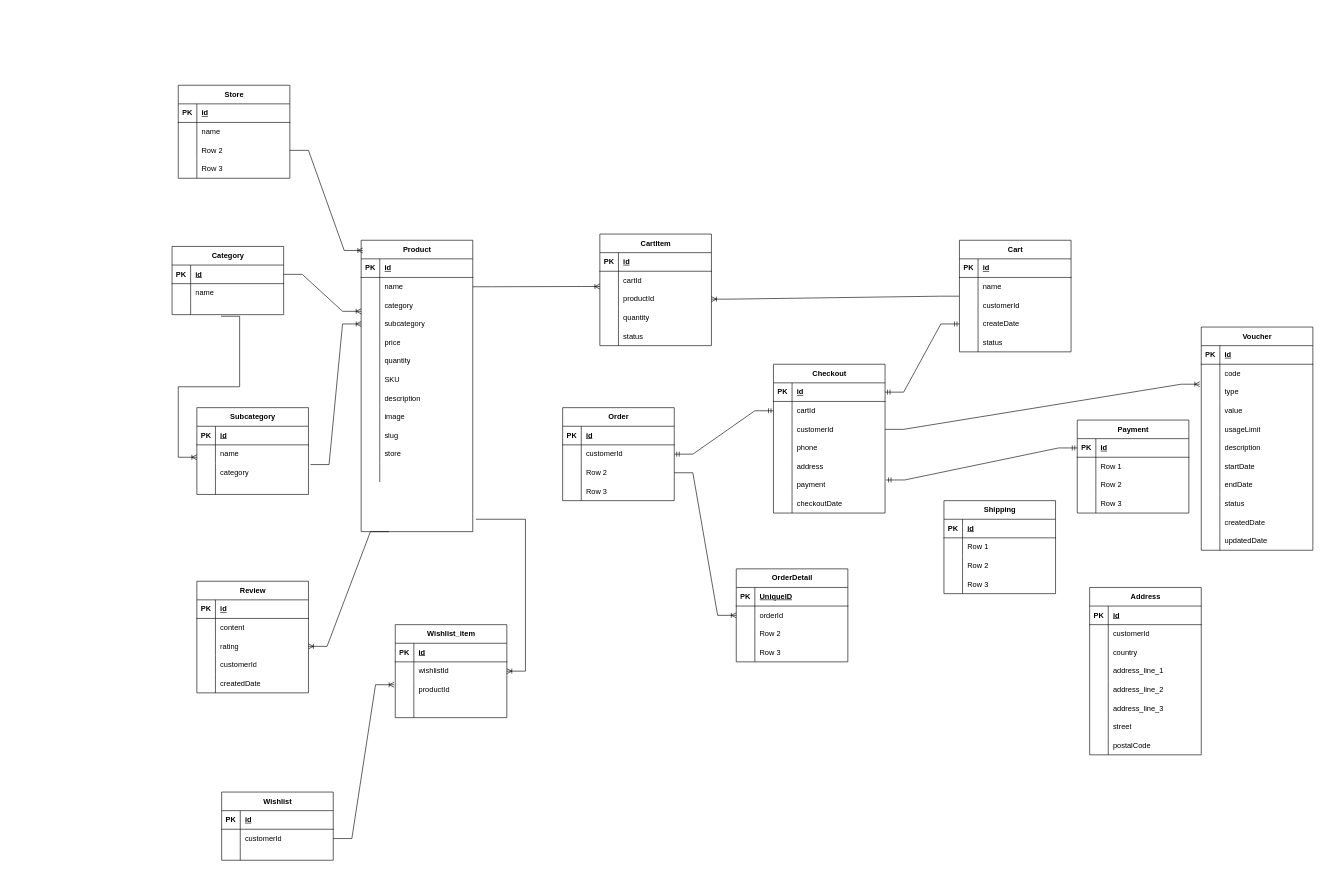
This is backend/app/Entity Diagram.drawio from pdcthanh112/MyDream, a draw.io file, before an edit. Source tidied: cells renumbered, new cells numbered last; positions are measured from the earlier drawing's top-left corner, leaving out a move shared by most shapes. Both pictures are drawn from the tidied source at 62%, with x=0, y=0 at pixel (-132, 85).
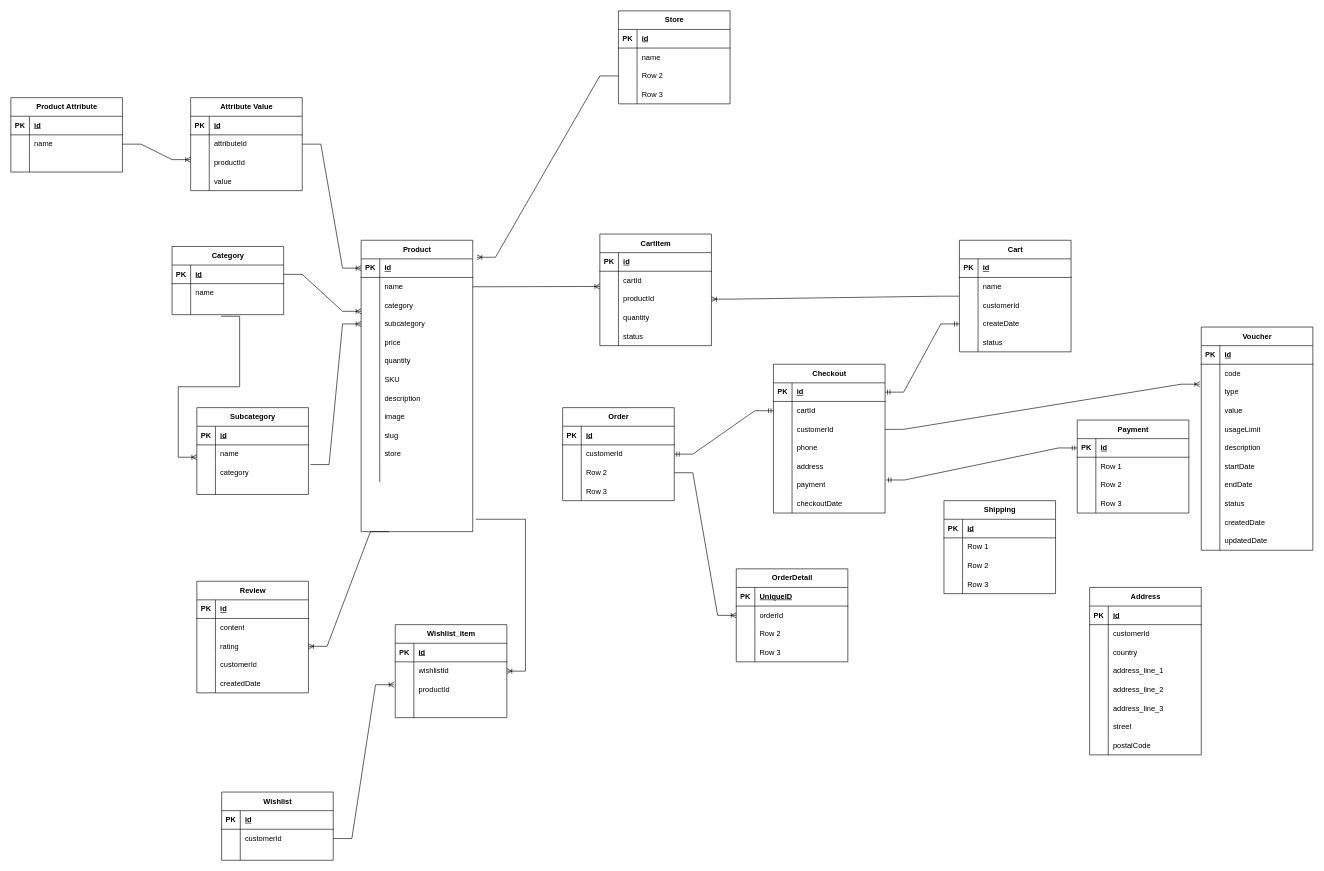
Above is the later version.

Commit message (it also covers changes not shown here):
separate the Attribute

The change refers to these unchanged cells:
```xml
<mxCell id="2" value="Product" style="shape=table;startSize=30;childLayout=tableLayout;rowLines=0;fontStyle=1;align=center;html=1;" parent="1" vertex="1">
  <mxGeometry x="795" y="250" width="180" height="470" as="geometry" />
</mxCell>
<mxCell id="3" style="shape=tableRow;horizontal=0;startSize=0;swimlaneHead=0;swimlaneBody=0;fillColor=none;points=[[0,0.5],[1,0.5]];portConstraint=eastwest;top=0;left=0;right=0;bottom=1;" parent="2" vertex="1">
  <mxGeometry y="30" width="180" height="30" as="geometry" />
</mxCell>
<mxCell id="233" style="shape=tableRow;horizontal=0;startSize=0;swimlaneHead=0;swimlaneBody=0;fillColor=none;points=[[0,0.5],[1,0.5]];portConstraint=eastwest;top=0;left=0;right=0;bottom=0;" parent="226" vertex="1">
  <mxGeometry y="90" width="180" height="30" as="geometry" />
</mxCell>
```

What changed in the source:
```diff
@@
     <mxCell id="226" value="Store" style="shape=table;startSize=30;childLayout=tableLayout;rowLines=0;fontStyle=1;align=center;html=1;" parent="1" vertex="1">
-      <mxGeometry x="500" width="180" height="150" as="geometry" />
+      <mxGeometry x="1210" y="-120" width="180" height="150" as="geometry" />
     </mxCell>
@@
-    <mxCell id="239" style="edgeStyle=entityRelationEdgeStyle;fontSize=12;html=1;endArrow=ERoneToMany;rounded=0;exitX=1;exitY=0.5;exitDx=0;exitDy=0;entryX=0.015;entryY=0.035;entryDx=0;entryDy=0;entryPerimeter=0;" parent="1" edge="1" source="233" target="2">
+    <mxCell id="239" style="edgeStyle=entityRelationEdgeStyle;fontSize=12;html=1;endArrow=ERoneToMany;rounded=0;exitX=0;exitY=0.5;exitDx=0;exitDy=0;entryX=1.037;entryY=-0.085;entryDx=0;entryDy=0;entryPerimeter=0;" parent="1" edge="1" source="233" target="3">
       <mxGeometry relative="1" as="geometry">
         <Array as="points">
           <mxPoint x="900" y="100" />
         </Array>
       </mxGeometry>
     </mxCell>
@@
+    <mxCell id="293" value="Product Attribute" style="shape=table;startSize=30;childLayout=tableLayout;rowLines=0;fontStyle=1;align=center;html=1;" parent="1" vertex="1">
+      <mxGeometry x="230" y="20" width="180" height="120" as="geometry" />
+    </mxCell>
+    <mxCell id="294" style="shape=tableRow;horizontal=0;startSize=0;swimlaneHead=0;swimlaneBody=0;fillColor=none;top=0;left=0;right=0;bottom=1;" parent="293" vertex="1">
+      <mxGeometry y="30" width="180" height="30" as="geometry" />
+    </mxCell>
+    <mxCell id="295" value="PK" style="shape=partialRectangle;fillColor=none;top=0;left=0;bottom=0;right=0;fontStyle=1;overflow=hidden;whiteSpace=wrap;html=1;" parent="294" vertex="1">
+      <mxGeometry width="30" height="30" as="geometry" />
+    </mxCell>
+    <mxCell id="296" value="id" style="shape=partialRectangle;fillColor=none;top=0;left=0;bottom=0;right=0;align=left;spacingLeft=6;fontStyle=5;overflow=hidden;whiteSpace=wrap;html=1;" parent="294" vertex="1">
+      <mxGeometry x="30" width="150" height="30" as="geometry" />
+    </mxCell>
+    <mxCell id="297" style="shape=tableRow;horizontal=0;startSize=0;swimlaneHead=0;swimlaneBody=0;fillColor=none;points=[[0,0.5],[1,0.5]];portConstraint=eastwest;top=0;left=0;right=0;bottom=0;" parent="293" vertex="1">
+      <mxGeometry y="60" width="180" height="30" as="geometry" />
+    </mxCell>
+    <mxCell id="298" style="shape=partialRectangle;fillColor=none;top=0;left=0;bottom=0;right=0;overflow=hidden;whiteSpace=wrap;html=1;" parent="297" vertex="1">
+      <mxGeometry width="30" height="30" as="geometry" />
+    </mxCell>
+    <mxCell id="299" value="name" style="shape=partialRectangle;fillColor=none;top=0;left=0;bottom=0;right=0;align=left;spacingLeft=6;overflow=hidden;whiteSpace=wrap;html=1;" parent="297" vertex="1">
+      <mxGeometry x="30" width="150" height="30" as="geometry" />
+    </mxCell>
+    <mxCell id="300" style="shape=tableRow;horizontal=0;startSize=0;swimlaneHead=0;swimlaneBody=0;fillColor=none;top=0;left=0;right=0;bottom=0;" parent="293" vertex="1">
+      <mxGeometry y="90" width="180" height="30" as="geometry" />
+    </mxCell>
+    <mxCell id="301" style="shape=partialRectangle;fillColor=none;top=0;left=0;bottom=0;right=0;overflow=hidden;whiteSpace=wrap;html=1;" parent="300" vertex="1">
+      <mxGeometry width="30" height="30" as="geometry" />
+    </mxCell>
+    <mxCell id="302" style="shape=partialRectangle;fillColor=none;top=0;left=0;bottom=0;right=0;align=left;spacingLeft=6;overflow=hidden;whiteSpace=wrap;html=1;" parent="300" vertex="1">
+      <mxGeometry x="30" width="150" height="30" as="geometry" />
+    </mxCell>
+    <mxCell id="303" value="Attribute Value" style="shape=table;startSize=30;childLayout=tableLayout;rowLines=0;fontStyle=1;align=center;html=1;" parent="1" vertex="1">
+      <mxGeometry x="520" y="20" width="180" height="150" as="geometry" />
+    </mxCell>
+    <mxCell id="304" style="shape=tableRow;horizontal=0;startSize=0;swimlaneHead=0;swimlaneBody=0;fillColor=none;top=0;left=0;right=0;bottom=1;" parent="303" vertex="1">
+      <mxGeometry y="30" width="180" height="30" as="geometry" />
+    </mxCell>
+    <mxCell id="305" value="PK" style="shape=partialRectangle;fillColor=none;top=0;left=0;bottom=0;right=0;fontStyle=1;overflow=hidden;whiteSpace=wrap;html=1;" parent="304" vertex="1">
+      <mxGeometry width="30" height="30" as="geometry" />
+    </mxCell>
+    <mxCell id="306" value="id" style="shape=partialRectangle;fillColor=none;top=0;left=0;bottom=0;right=0;align=left;spacingLeft=6;fontStyle=5;overflow=hidden;whiteSpace=wrap;html=1;" parent="304" vertex="1">
+      <mxGeometry x="30" width="150" height="30" as="geometry" />
+    </mxCell>
+    <mxCell id="307" style="shape=tableRow;horizontal=0;startSize=0;swimlaneHead=0;swimlaneBody=0;fillColor=none;points=[[0,0.5],[1,0.5]];portConstraint=eastwest;top=0;left=0;right=0;bottom=0;" parent="303" vertex="1">
+      <mxGeometry y="60" width="180" height="30" as="geometry" />
+    </mxCell>
+    <mxCell id="308" style="shape=partialRectangle;fillColor=none;top=0;left=0;bottom=0;right=0;overflow=hidden;whiteSpace=wrap;html=1;" parent="307" vertex="1">
+      <mxGeometry width="30" height="30" as="geometry" />
+    </mxCell>
+    <mxCell id="309" value="attributeId" style="shape=partialRectangle;fillColor=none;top=0;left=0;bottom=0;right=0;align=left;spacingLeft=6;overflow=hidden;whiteSpace=wrap;html=1;" parent="307" vertex="1">
+      <mxGeometry x="30" width="150" height="30" as="geometry" />
+    </mxCell>
+    <mxCell id="310" style="shape=tableRow;horizontal=0;startSize=0;swimlaneHead=0;swimlaneBody=0;fillColor=none;top=0;left=0;right=0;bottom=0;" parent="303" vertex="1">
+      <mxGeometry y="90" width="180" height="30" as="geometry" />
+    </mxCell>
+    <mxCell id="311" style="shape=partialRectangle;fillColor=none;top=0;left=0;bottom=0;right=0;overflow=hidden;whiteSpace=wrap;html=1;" parent="310" vertex="1">
+      <mxGeometry width="30" height="30" as="geometry" />
+    </mxCell>
+    <mxCell id="312" value="productId" style="shape=partialRectangle;fillColor=none;top=0;left=0;bottom=0;right=0;align=left;spacingLeft=6;overflow=hidden;whiteSpace=wrap;html=1;" parent="310" vertex="1">
+      <mxGeometry x="30" width="150" height="30" as="geometry" />
+    </mxCell>
+    <mxCell id="313" style="shape=tableRow;horizontal=0;startSize=0;swimlaneHead=0;swimlaneBody=0;fillColor=none;top=0;left=0;right=0;bottom=0;" parent="303" vertex="1">
+      <mxGeometry y="120" width="180" height="30" as="geometry" />
+    </mxCell>
+    <mxCell id="314" style="shape=partialRectangle;fillColor=none;top=0;left=0;bottom=0;right=0;overflow=hidden;whiteSpace=wrap;html=1;" parent="313" vertex="1">
+      <mxGeometry width="30" height="30" as="geometry" />
+    </mxCell>
+    <mxCell id="315" value="value" style="shape=partialRectangle;fillColor=none;top=0;left=0;bottom=0;right=0;align=left;spacingLeft=6;overflow=hidden;whiteSpace=wrap;html=1;" parent="313" vertex="1">
+      <mxGeometry x="30" width="150" height="30" as="geometry" />
+    </mxCell>
+    <mxCell id="316" style="edgeStyle=entityRelationEdgeStyle;fontSize=12;html=1;endArrow=ERoneToMany;rounded=0;exitX=1;exitY=0.5;exitDx=0;exitDy=0;entryX=0;entryY=0.5;entryDx=0;entryDy=0;" parent="1" edge="1" source="307" target="3">
+      <mxGeometry relative="1" as="geometry">
+        <Array as="points">
+          <mxPoint x="720" y="200" />
+        </Array>
+      </mxGeometry>
+    </mxCell>
+    <mxCell id="317" style="edgeStyle=entityRelationEdgeStyle;fontSize=12;html=1;endArrow=ERoneToMany;rounded=0;exitX=1;exitY=0.5;exitDx=0;exitDy=0;" parent="1" edge="1" source="297">
+      <mxGeometry relative="1" as="geometry">
+        <mxPoint x="520" y="120" as="targetPoint" />
+      </mxGeometry>
+    </mxCell>
```
